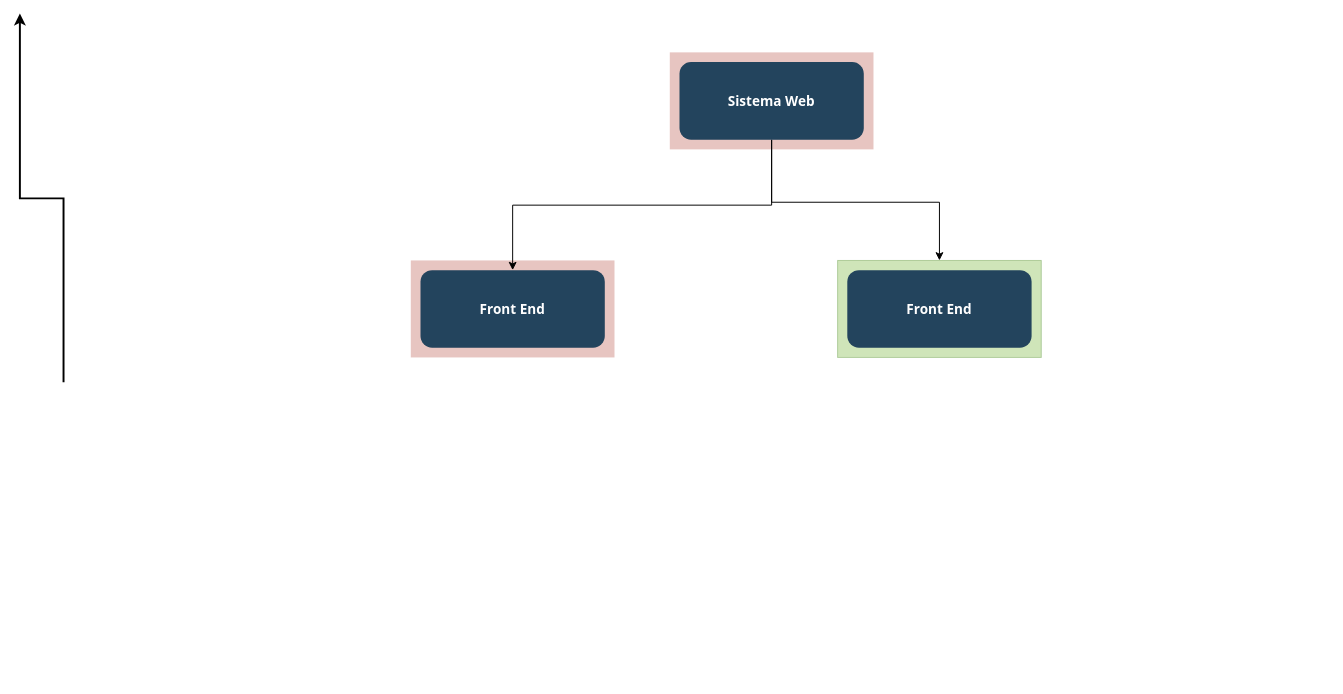
This is Diagrama sem nome.drawio from Eder-R/StorageControl, a draw.io file, before an edit. Source tidied: cells renumbered, new cells numbered last; positions are measured from the earlier drawing's top-left corner, leaving out a move shared by most shapes. Both pictures are drawn from the tidied source at 97%, with x=0, y=0 at pixel (19, 14).
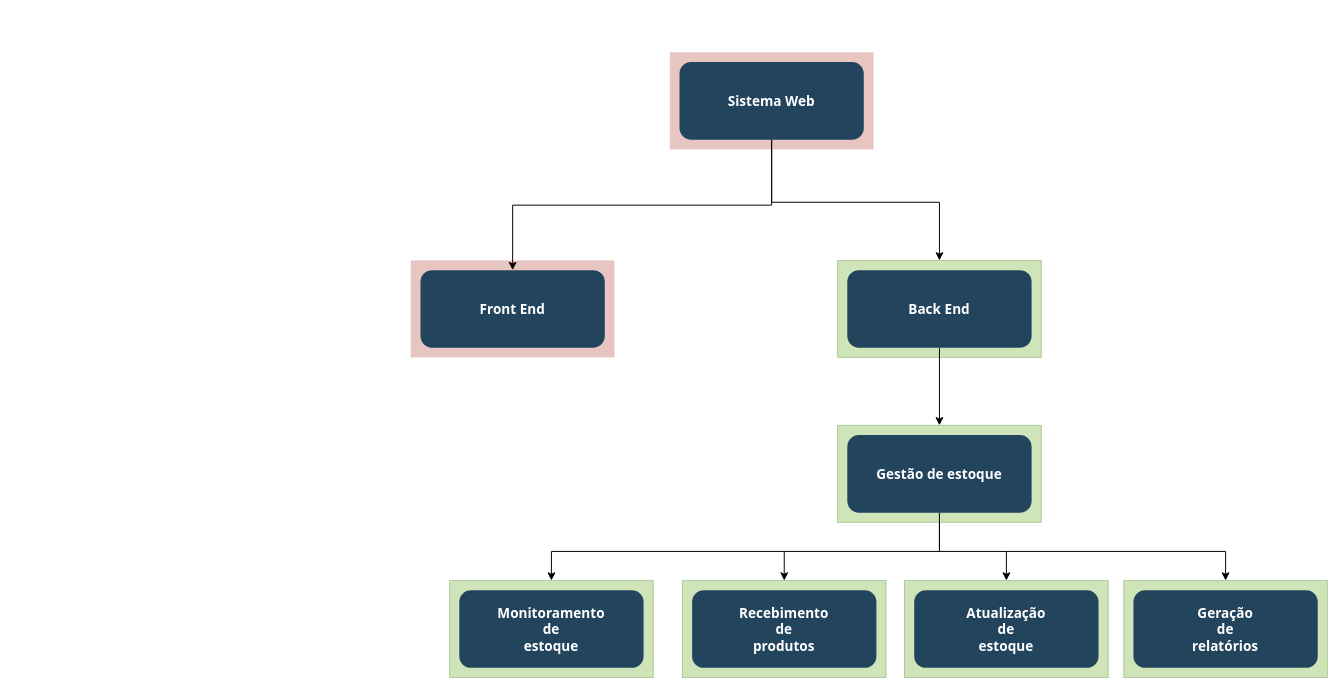
The same diagram, later.

The edit, as a diff of the source:
```diff
@@
-    <mxCell id="7" style="edgeStyle=elbowEdgeStyle;elbow=vertical;rounded=0;strokeWidth=2;" parent="1" edge="1">
-      <mxGeometry x="-23" y="135.5" as="geometry">
-        <mxPoint x="45" y="379.5" as="sourcePoint" />
-        <mxPoint y="-0.5" as="targetPoint" />
-      </mxGeometry>
-    </mxCell>
@@
+    <mxCell id="11" style="edgeStyle=orthogonalEdgeStyle;rounded=0;jettySize=auto;html=1;entryX=0.5;entryY=0;entryDx=0;entryDy=0;" parent="1" edge="1" source="10" target="13">
+      <mxGeometry relative="1" as="geometry" />
+    </mxCell>
-    <mxCell id="10" value="Front End" style="rounded=1;fillColor=#23445D;gradientColor=none;strokeColor=none;fontColor=#FFFFFF;fontStyle=1;fontFamily=Tahoma;fontSize=14;" parent="1" vertex="1">
+    <mxCell id="10" value="Back End" style="rounded=1;fillColor=#23445D;gradientColor=none;strokeColor=none;fontColor=#FFFFFF;fontStyle=1;fontFamily=Tahoma;fontSize=14;" parent="1" vertex="1">
       <mxGeometry x="853" y="264" width="190" height="80" as="geometry" />
     </mxCell>
+    <mxCell id="12" style="edgeStyle=orthogonalEdgeStyle;rounded=0;jettySize=auto;html=1;exitX=0.5;exitY=1;exitDx=0;exitDy=0;entryX=0.5;entryY=0;entryDx=0;entryDy=0;" parent="1" edge="1" source="13" target="16">
+      <mxGeometry relative="1" as="geometry">
+        <Array as="points">
+          <mxPoint x="948" y="554" />
+          <mxPoint x="548" y="554" />
+        </Array>
+      </mxGeometry>
+    </mxCell>
+    <mxCell id="13" style="fillColor=#60a917;strokeColor=#2D7600;opacity=30;fontColor=#ffffff;" parent="1" vertex="1">
+      <mxGeometry x="843" y="424" width="210" height="100" as="geometry" />
+    </mxCell>
+    <mxCell id="14" style="edgeStyle=orthogonalEdgeStyle;rounded=0;jettySize=auto;html=1;entryX=0.5;entryY=0;entryDx=0;entryDy=0;" parent="1" edge="1" source="15" target="20">
+      <mxGeometry relative="1" as="geometry">
+        <Array as="points">
+          <mxPoint x="948" y="554" />
+          <mxPoint x="1243" y="554" />
+        </Array>
+      </mxGeometry>
+    </mxCell>
+    <mxCell id="15" value="Gestão de estoque" style="rounded=1;fillColor=#23445D;gradientColor=none;strokeColor=none;fontColor=#FFFFFF;fontStyle=1;fontFamily=Tahoma;fontSize=14;" parent="1" vertex="1">
+      <mxGeometry x="853" y="434" width="190" height="80" as="geometry" />
+    </mxCell>
+    <mxCell id="16" style="fillColor=#60a917;strokeColor=#2D7600;opacity=30;fontColor=#ffffff;" parent="1" vertex="1">
+      <mxGeometry x="443" y="584" width="210" height="100" as="geometry" />
+    </mxCell>
+    <mxCell id="17" value="Monitoramento&#10;de &#10;estoque" style="rounded=1;fillColor=#23445D;gradientColor=none;strokeColor=none;fontColor=#FFFFFF;fontStyle=1;fontFamily=Tahoma;fontSize=14;" parent="1" vertex="1">
+      <mxGeometry x="453" y="594" width="190" height="80" as="geometry" />
+    </mxCell>
+    <mxCell id="18" style="fillColor=#60a917;strokeColor=#2D7600;opacity=30;fontColor=#ffffff;" parent="1" vertex="1">
+      <mxGeometry x="683" y="584" width="210" height="100" as="geometry" />
+    </mxCell>
+    <mxCell id="19" value="Recebimento &#10;de &#10;produtos" style="rounded=1;fillColor=#23445D;gradientColor=none;strokeColor=none;fontColor=#FFFFFF;fontStyle=1;fontFamily=Tahoma;fontSize=14;" parent="1" vertex="1">
+      <mxGeometry x="693" y="594" width="190" height="80" as="geometry" />
+    </mxCell>
+    <mxCell id="20" style="fillColor=#60a917;strokeColor=#2D7600;opacity=30;fontColor=#ffffff;" parent="1" vertex="1">
+      <mxGeometry x="1138" y="584" width="210" height="100" as="geometry" />
+    </mxCell>
+    <mxCell id="21" value="Geração &#10;de &#10;relatórios" style="rounded=1;fillColor=#23445D;gradientColor=none;strokeColor=none;fontColor=#FFFFFF;fontStyle=1;fontFamily=Tahoma;fontSize=14;" parent="1" vertex="1">
+      <mxGeometry x="1148" y="594" width="190" height="80" as="geometry" />
+    </mxCell>
+    <mxCell id="22" style="fillColor=#60a917;strokeColor=#2D7600;opacity=30;fontColor=#ffffff;" parent="1" vertex="1">
+      <mxGeometry x="912" y="584" width="210" height="100" as="geometry" />
+    </mxCell>
+    <mxCell id="23" value="Atualização&#10;de &#10;estoque" style="rounded=1;fillColor=#23445D;gradientColor=none;strokeColor=none;fontColor=#FFFFFF;fontStyle=1;fontFamily=Tahoma;fontSize=14;" parent="1" vertex="1">
+      <mxGeometry x="922" y="594" width="190" height="80" as="geometry" />
+    </mxCell>
+    <mxCell id="24" style="endArrow=classic;html=1;rounded=0;entryX=0.5;entryY=0;entryDx=0;entryDy=0;" parent="1" edge="1" target="18">
+      <mxGeometry relative="1" as="geometry">
+        <mxPoint x="788" y="554" as="sourcePoint" />
+      </mxGeometry>
+    </mxCell>
+    <mxCell id="25" style="endArrow=classic;html=1;rounded=0;entryX=0.5;entryY=0;entryDx=0;entryDy=0;" parent="1" edge="1" target="22">
+      <mxGeometry relative="1" as="geometry">
+        <mxPoint x="1017" y="554" as="sourcePoint" />
+      </mxGeometry>
+    </mxCell>
```
